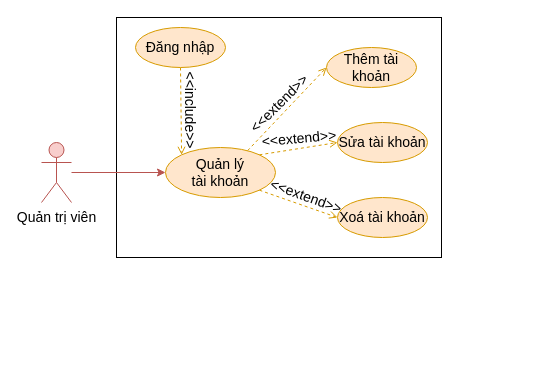
Above: Documents/draw/usecase/phan-ra/quan-ly-tai-khoan.drawio in copecute/do-an-tot-nghiep (draw.io), before the change. Source tidied: cells renumbered, new cells numbered last; positions are measured from the earlier drawing's top-left corner, leaving out a move shared by most shapes. Both pictures are drawn from the tidied source at 100%, with x=0, y=0 at pixel (41, 17).
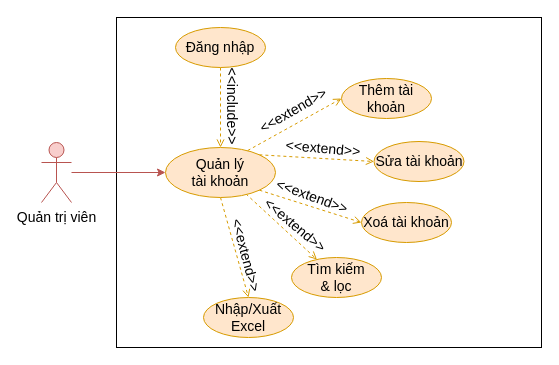
After the change.

Unchanged cells that the change refers to:
```xml
<mxCell id="3" value="Quản lý&lt;br&gt;tài khoản" style="ellipse;whiteSpace=wrap;html=1;fillColor=#ffe6cc;strokeColor=#d79b00;fontSize=14;" parent="1" vertex="1">
  <mxGeometry x="124" y="130" width="110" height="50" as="geometry" />
</mxCell>
```

Diff of the diagram source:
```diff
@@
     <mxCell id="2" style="rounded=0;whiteSpace=wrap;html=1;" parent="1" vertex="1">
-      <mxGeometry x="75" width="325" height="240" as="geometry" />
+      <mxGeometry x="75" width="425" height="330" as="geometry" />
     </mxCell>
+    <mxCell id="18" style="rounded=0;jettySize=auto;html=1;exitX=0.731;exitY=0.928;exitDx=0;exitDy=0;dashed=1;fillColor=#ffe6cc;strokeColor=#d79b00;endArrow=open;endFill=0;exitPerimeter=0;" parent="1" edge="1" source="3" target="20">
+      <mxGeometry relative="1" as="geometry" />
+    </mxCell>
+    <mxCell id="19" style="edgeStyle=none;shape=connector;rounded=0;jettySize=auto;html=1;exitX=0.5;exitY=1;exitDx=0;exitDy=0;entryX=0.5;entryY=0;entryDx=0;entryDy=0;dashed=1;strokeColor=#d79b00;align=center;verticalAlign=middle;fontFamily=Helvetica;fontSize=11;fontColor=default;labelBackgroundColor=default;endArrow=open;endFill=0;fillColor=#ffe6cc;" parent="1" edge="1" source="3" target="21">
+      <mxGeometry relative="1" as="geometry" />
+    </mxCell>
@@
     <mxCell id="7" value="Thêm tài khoản" style="ellipse;whiteSpace=wrap;html=1;fillColor=#ffe6cc;strokeColor=#d79b00;fontSize=14;" parent="1" vertex="1">
-      <mxGeometry x="285" y="30" width="90" height="40" as="geometry" />
+      <mxGeometry x="300" y="61" width="90" height="40" as="geometry" />
     </mxCell>
     <mxCell id="8" value="Sửa tài khoản" style="ellipse;whiteSpace=wrap;html=1;fillColor=#ffe6cc;strokeColor=#d79b00;fontSize=14;" parent="1" vertex="1">
-      <mxGeometry x="296" y="105" width="90" height="40" as="geometry" />
+      <mxGeometry x="332.5" y="124" width="90" height="40" as="geometry" />
     </mxCell>
     <mxCell id="9" value="Xoá tài khoản" style="ellipse;whiteSpace=wrap;html=1;fillColor=#ffe6cc;strokeColor=#d79b00;fontSize=14;" parent="1" vertex="1">
-      <mxGeometry x="296" y="180" width="90" height="40" as="geometry" />
+      <mxGeometry x="320" y="185" width="90" height="40" as="geometry" />
     </mxCell>
-    <mxCell id="10" value="&lt;font style=&quot;font-size: 14px;&quot;&gt;&amp;lt;&amp;lt;extend&amp;gt;&amp;gt;&lt;/font&gt;" style="text;html=1;strokeColor=none;fillColor=none;align=center;verticalAlign=middle;whiteSpace=wrap;rounded=0;rotation=-45;fontSize=14;" parent="1" vertex="1">
-      <mxGeometry x="208" y="71" width="60" height="30" as="geometry" />
+    <mxCell id="10" value="&lt;font style=&quot;font-size: 14px;&quot;&gt;&amp;lt;&amp;lt;extend&amp;gt;&amp;gt;&lt;/font&gt;" style="text;html=1;strokeColor=none;fillColor=none;align=center;verticalAlign=middle;whiteSpace=wrap;rounded=0;rotation=-30;fontSize=14;" parent="1" vertex="1">
+      <mxGeometry x="222" y="78" width="60" height="30" as="geometry" />
     </mxCell>
-    <mxCell id="11" value="&lt;font style=&quot;font-size: 14px;&quot;&gt;&amp;lt;&amp;lt;extend&amp;gt;&amp;gt;&lt;/font&gt;" style="text;html=1;strokeColor=none;fillColor=none;align=center;verticalAlign=middle;whiteSpace=wrap;rounded=0;rotation=-5;fontSize=14;" parent="1" vertex="1">
-      <mxGeometry x="228" y="106" width="60" height="30" as="geometry" />
+    <mxCell id="11" value="&lt;font style=&quot;font-size: 14px;&quot;&gt;&amp;lt;&amp;lt;extend&amp;gt;&amp;gt;&lt;/font&gt;" style="text;html=1;strokeColor=none;fillColor=none;align=center;verticalAlign=middle;whiteSpace=wrap;rounded=0;rotation=5;fontSize=14;" parent="1" vertex="1">
+      <mxGeometry x="252" y="116" width="60" height="30" as="geometry" />
     </mxCell>
     <mxCell id="12" value="&lt;font style=&quot;font-size: 14px;&quot;&gt;&amp;lt;&amp;lt;extend&amp;gt;&amp;gt;&lt;/font&gt;" style="text;html=1;strokeColor=none;fillColor=none;align=center;verticalAlign=middle;whiteSpace=wrap;rounded=0;rotation=20;fontSize=14;" parent="1" vertex="1">
-      <mxGeometry x="235" y="164" width="60" height="30" as="geometry" />
+      <mxGeometry x="241" y="164" width="60" height="30" as="geometry" />
     </mxCell>
@@
-    <mxCell id="15" style="rounded=0;jettySize=auto;html=1;entryX=0;entryY=0;entryDx=0;entryDy=0;fillColor=#ffe6cc;strokeColor=#d79b00;endArrow=open;endFill=0;dashed=1;exitX=0.5;exitY=1;exitDx=0;exitDy=0;" parent="1" edge="1" source="16" target="3">
+    <mxCell id="15" style="rounded=0;jettySize=auto;html=1;entryX=0.5;entryY=0;entryDx=0;entryDy=0;fillColor=#ffe6cc;strokeColor=#d79b00;endArrow=open;endFill=0;dashed=1;exitX=0.5;exitY=1;exitDx=0;exitDy=0;" parent="1" edge="1" source="16" target="3">
       <mxGeometry relative="1" as="geometry" />
     </mxCell>
     <mxCell id="16" value="Đăng nhập" style="ellipse;whiteSpace=wrap;html=1;fillColor=#ffe6cc;strokeColor=#d79b00;fontSize=14;" parent="1" vertex="1">
-      <mxGeometry x="94" y="10" width="90" height="40" as="geometry" />
+      <mxGeometry x="134" y="10" width="90" height="40" as="geometry" />
     </mxCell>
     <mxCell id="17" value="&lt;font&gt;&amp;lt;&amp;lt;include&amp;gt;&amp;gt;&lt;/font&gt;" style="text;html=1;strokeColor=none;fillColor=none;align=center;verticalAlign=middle;whiteSpace=wrap;rounded=0;rotation=90;fontSize=14;" parent="1" vertex="1">
-      <mxGeometry x="119" y="78" width="60" height="30" as="geometry" />
+      <mxGeometry x="161" y="74" width="60" height="30" as="geometry" />
     </mxCell>
+    <mxCell id="20" value="Tìm kiếm&lt;div&gt;&amp;amp; lọc&lt;/div&gt;" style="ellipse;whiteSpace=wrap;html=1;fillColor=#ffe6cc;strokeColor=#d79b00;fontSize=14;" parent="1" vertex="1">
+      <mxGeometry x="250" y="240" width="90" height="40" as="geometry" />
+    </mxCell>
+    <mxCell id="21" value="Nhập/Xuất Excel" style="ellipse;whiteSpace=wrap;html=1;fillColor=#ffe6cc;strokeColor=#d79b00;fontSize=14;" parent="1" vertex="1">
+      <mxGeometry x="162" y="280" width="90" height="40" as="geometry" />
+    </mxCell>
+    <mxCell id="22" value="&lt;font style=&quot;font-size: 14px;&quot;&gt;&amp;lt;&amp;lt;extend&amp;gt;&amp;gt;&lt;/font&gt;" style="text;html=1;strokeColor=none;fillColor=none;align=center;verticalAlign=middle;whiteSpace=wrap;rounded=0;rotation=40;fontSize=14;" parent="1" vertex="1">
+      <mxGeometry x="224" y="193" width="60" height="30" as="geometry" />
+    </mxCell>
+    <mxCell id="23" value="&lt;font style=&quot;font-size: 14px;&quot;&gt;&amp;lt;&amp;lt;extend&amp;gt;&amp;gt;&lt;/font&gt;" style="text;html=1;strokeColor=none;fillColor=none;align=center;verticalAlign=middle;whiteSpace=wrap;rounded=0;rotation=75;fontSize=14;" parent="1" vertex="1">
+      <mxGeometry x="175" y="223" width="60" height="30" as="geometry" />
+    </mxCell>
```
